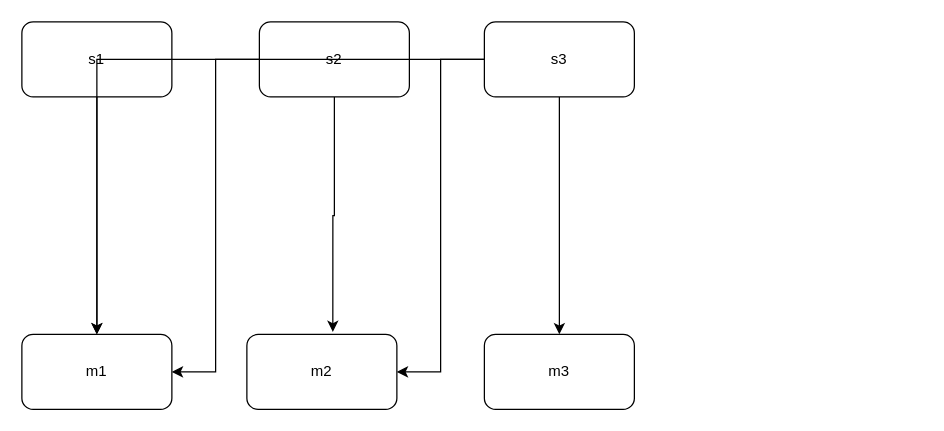
Earlier version of the draw.io diagram Untitled Diagram.drawio (yuhuali1989/ui). Source tidied: cells renumbered, new cells numbered last; positions are measured from the earlier drawing's top-left corner, leaving out a move shared by most shapes. Both pictures are drawn from the tidied source at 125%, with x=0, y=0 at pixel (21, 21).
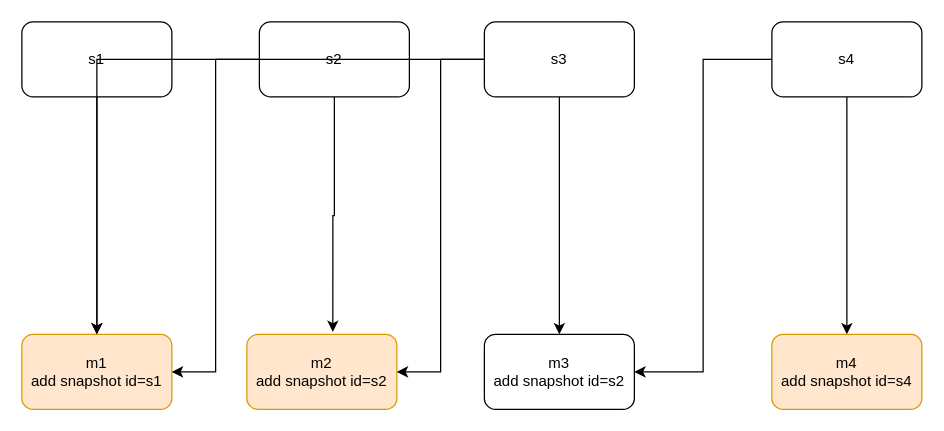
Above is the later version.

The edit, as a diff of the source:
```diff
@@
 <mxGraphModel>
   <root>
     <mxCell id="0" />
     <mxCell id="1" parent="0" />
     <mxCell id="2" style="edgeStyle=orthogonalEdgeStyle;rounded=0;jettySize=auto;html=1;" parent="1" edge="1" source="3" target="4">
       <mxGeometry relative="1" as="geometry" />
     </mxCell>
     <mxCell id="3" value="s1" style="rounded=1;whiteSpace=wrap;html=1;" parent="1" vertex="1">
       <mxGeometry width="120" height="60" as="geometry" />
     </mxCell>
-    <mxCell id="4" value="m1" style="rounded=1;whiteSpace=wrap;html=1;" parent="1" vertex="1">
+    <mxCell id="4" value="m1&lt;br&gt;add snapshot id=s1" style="rounded=1;whiteSpace=wrap;html=1;fillColor=#ffe6cc;strokeColor=#d79b00;" parent="1" vertex="1">
       <mxGeometry y="250" width="120" height="60" as="geometry" />
     </mxCell>
     <mxCell id="5" style="edgeStyle=orthogonalEdgeStyle;rounded=0;jettySize=auto;html=1;entryX=1;entryY=0.5;entryDx=0;entryDy=0;" parent="1" edge="1" source="7" target="4">
       <mxGeometry relative="1" as="geometry" />
     </mxCell>
     <mxCell id="6" style="edgeStyle=orthogonalEdgeStyle;rounded=0;jettySize=auto;html=1;entryX=0.573;entryY=-0.033;entryDx=0;entryDy=0;entryPerimeter=0;" parent="1" edge="1" source="7" target="8">
       <mxGeometry relative="1" as="geometry" />
     </mxCell>
     <mxCell id="7" value="s2" style="rounded=1;whiteSpace=wrap;html=1;" parent="1" vertex="1">
       <mxGeometry x="190" width="120" height="60" as="geometry" />
     </mxCell>
-    <mxCell id="8" value="m2" style="rounded=1;whiteSpace=wrap;html=1;" parent="1" vertex="1">
+    <mxCell id="8" value="m2&lt;br&gt;add snapshot id=s2" style="rounded=1;whiteSpace=wrap;html=1;fillColor=#ffe6cc;strokeColor=#d79b00;" parent="1" vertex="1">
       <mxGeometry x="180" y="250" width="120" height="60" as="geometry" />
     </mxCell>
     <mxCell id="9" style="edgeStyle=orthogonalEdgeStyle;rounded=0;jettySize=auto;html=1;" parent="1" edge="1" source="12" target="4">
       <mxGeometry relative="1" as="geometry" />
     </mxCell>
     <mxCell id="10" style="edgeStyle=orthogonalEdgeStyle;rounded=0;jettySize=auto;html=1;entryX=0.5;entryY=0;entryDx=0;entryDy=0;" parent="1" edge="1" source="12" target="13">
       <mxGeometry relative="1" as="geometry" />
     </mxCell>
     <mxCell id="11" style="edgeStyle=orthogonalEdgeStyle;rounded=0;jettySize=auto;html=1;entryX=1;entryY=0.5;entryDx=0;entryDy=0;" parent="1" edge="1" source="12" target="8">
       <mxGeometry relative="1" as="geometry" />
     </mxCell>
     <mxCell id="12" value="s3" style="rounded=1;whiteSpace=wrap;html=1;" parent="1" vertex="1">
       <mxGeometry x="370" width="120" height="60" as="geometry" />
     </mxCell>
-    <mxCell id="13" value="m3" style="rounded=1;whiteSpace=wrap;html=1;" parent="1" vertex="1">
+    <mxCell id="13" value="m3&lt;br&gt;add snapshot id=s2" style="rounded=1;whiteSpace=wrap;html=1;" parent="1" vertex="1">
       <mxGeometry x="370" y="250" width="120" height="60" as="geometry" />
     </mxCell>
+    <mxCell id="14" style="edgeStyle=orthogonalEdgeStyle;rounded=0;jettySize=auto;html=1;entryX=1;entryY=0.5;entryDx=0;entryDy=0;" parent="1" edge="1" source="16" target="13">
+      <mxGeometry relative="1" as="geometry" />
+    </mxCell>
+    <mxCell id="15" style="edgeStyle=orthogonalEdgeStyle;rounded=0;jettySize=auto;html=1;entryX=0.5;entryY=0;entryDx=0;entryDy=0;" parent="1" edge="1" source="16" target="17">
+      <mxGeometry relative="1" as="geometry" />
+    </mxCell>
+    <mxCell id="16" value="s4" style="rounded=1;whiteSpace=wrap;html=1;" parent="1" vertex="1">
+      <mxGeometry x="600" width="120" height="60" as="geometry" />
+    </mxCell>
+    <mxCell id="17" value="m4&lt;br&gt;add snapshot id=s4" style="rounded=1;whiteSpace=wrap;html=1;fillColor=#ffe6cc;strokeColor=#d79b00;" parent="1" vertex="1">
+      <mxGeometry x="600" y="250" width="120" height="60" as="geometry" />
+    </mxCell>
   </root>
 </mxGraphModel>
```
